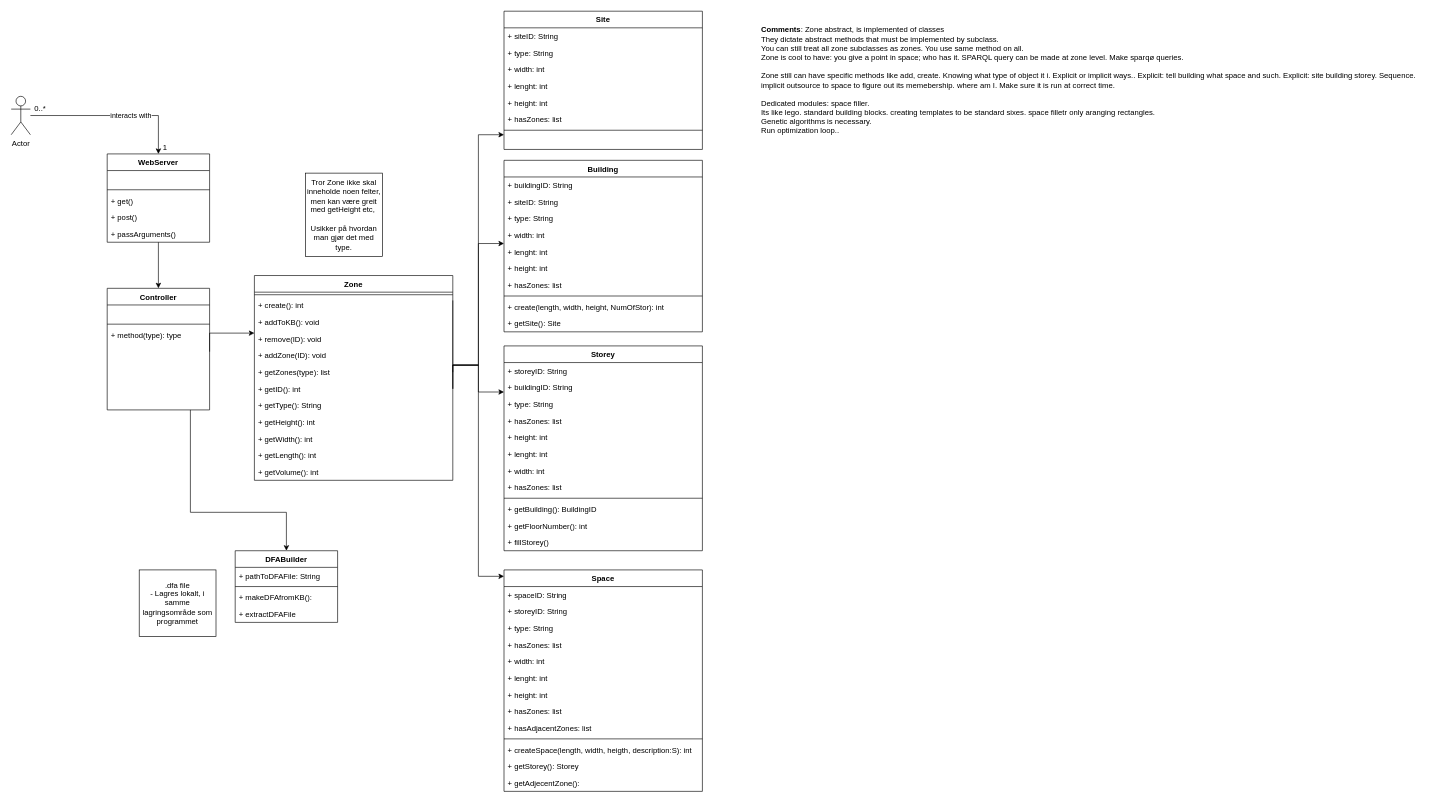
Before: page "Design Class Diagram" (7 of 9) of Diagrams/Diagrams.drawio in Hallvaeb/automation-p2-construction-knowledge-base, a draw.io diagram. Source tidied: cells renumbered, new cells numbered last; positions are measured from the earlier drawing's top-left corner, leaving out a move shared by most shapes. Both pictures are drawn from the tidied source at 64%, with x=0, y=0 at pixel (11, 11).
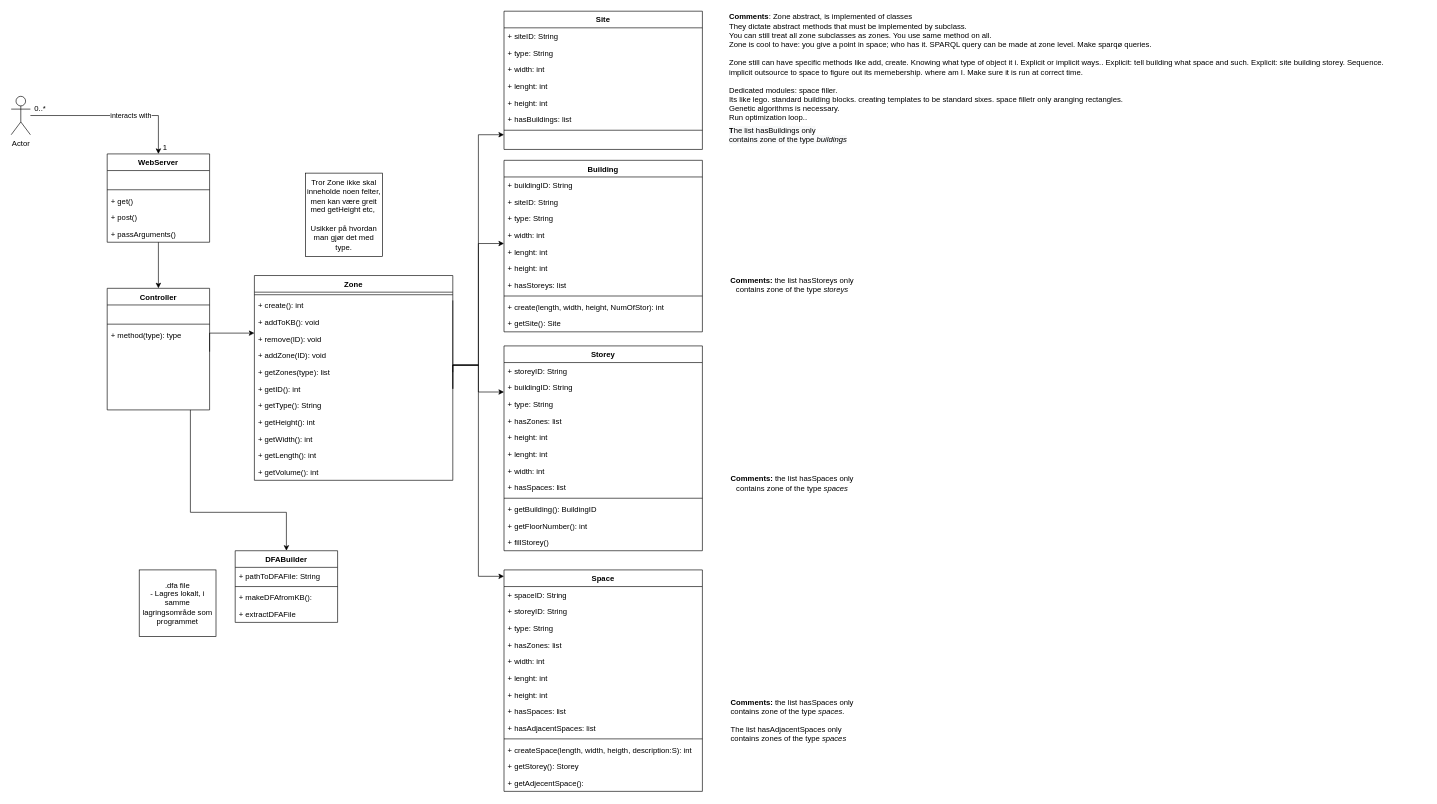
The same diagram, later.

The change refers to these unchanged cells:
```xml
<mxCell id="8" value="Building" style="swimlane;fontStyle=1;align=center;verticalAlign=top;horizontal=1;startSize=26;strokeColor=default;fillColor=default;" parent="1" vertex="1">
  <mxGeometry x="770" y="233" width="310" height="268" as="geometry" />
</mxCell>
<mxCell id="40" value="Site" style="swimlane;fontStyle=1;align=center;verticalAlign=top;horizontal=1;startSize=26;strokeColor=default;fillColor=default;" parent="1" vertex="1">
  <mxGeometry x="770" width="310" height="216" as="geometry" />
</mxCell>
<mxCell id="49" value="Storey" style="swimlane;fontStyle=1;align=center;verticalAlign=top;horizontal=1;startSize=26;strokeColor=default;fillColor=default;" parent="1" vertex="1">
  <mxGeometry x="770" y="523" width="310" height="320" as="geometry" />
</mxCell>
<mxCell id="62" value="Space" style="swimlane;fontStyle=1;align=center;verticalAlign=top;horizontal=1;startSize=26;strokeColor=default;fillColor=default;" parent="1" vertex="1">
  <mxGeometry x="770" y="873" width="310" height="346" as="geometry" />
</mxCell>
```

The edit, as a diff of the source:
```diff
@@
-    <mxCell id="15" value="+ hasZones: list" style="text;strokeColor=none;fillColor=none;align=left;verticalAlign=top;spacingLeft=4;spacingRight=4;overflow=hidden;" parent="8" vertex="1">
+    <mxCell id="15" value="+ hasStoreys: list" style="text;strokeColor=none;fillColor=none;align=left;verticalAlign=top;spacingLeft=4;spacingRight=4;overflow=hidden;" parent="8" vertex="1">
       <mxGeometry y="182" width="310" height="26" as="geometry" />
     </mxCell>
@@
-    <mxCell id="46" value="+ hasZones: list" style="text;strokeColor=none;fillColor=none;align=left;verticalAlign=top;spacingLeft=4;spacingRight=4;overflow=hidden;" parent="40" vertex="1">
+    <mxCell id="46" value="+ hasBuildings: list" style="text;strokeColor=none;fillColor=none;align=left;verticalAlign=top;spacingLeft=4;spacingRight=4;overflow=hidden;" parent="40" vertex="1">
       <mxGeometry y="156" width="310" height="26" as="geometry" />
     </mxCell>
@@
-    <mxCell id="57" value="+ hasZones: list" style="text;strokeColor=none;fillColor=none;align=left;verticalAlign=top;spacingLeft=4;spacingRight=4;overflow=hidden;" parent="49" vertex="1">
+    <mxCell id="57" value="+ hasSpaces: list" style="text;strokeColor=none;fillColor=none;align=left;verticalAlign=top;spacingLeft=4;spacingRight=4;overflow=hidden;" parent="49" vertex="1">
       <mxGeometry y="208" width="310" height="26" as="geometry" />
     </mxCell>
@@
-    <mxCell id="70" value="+ hasZones: list" style="text;strokeColor=none;fillColor=none;align=left;verticalAlign=top;spacingLeft=4;spacingRight=4;overflow=hidden;" parent="62" vertex="1">
+    <mxCell id="70" value="+ hasSpaces: list" style="text;strokeColor=none;fillColor=none;align=left;verticalAlign=top;spacingLeft=4;spacingRight=4;overflow=hidden;" parent="62" vertex="1">
       <mxGeometry y="208" width="310" height="26" as="geometry" />
     </mxCell>
-    <mxCell id="71" value="+ hasAdjacentZones: list" style="text;strokeColor=none;fillColor=none;align=left;verticalAlign=top;spacingLeft=4;spacingRight=4;overflow=hidden;" parent="62" vertex="1">
+    <mxCell id="71" value="+ hasAdjacentSpaces: list" style="text;strokeColor=none;fillColor=none;align=left;verticalAlign=top;spacingLeft=4;spacingRight=4;overflow=hidden;" parent="62" vertex="1">
       <mxGeometry y="234" width="310" height="26" as="geometry" />
     </mxCell>
@@
-    <mxCell id="75" value="+ getAdjecentZone():" style="text;strokeColor=none;fillColor=none;align=left;verticalAlign=top;spacingLeft=4;spacingRight=4;overflow=hidden;" parent="62" vertex="1">
+    <mxCell id="75" value="+ getAdjecentSpace():" style="text;strokeColor=none;fillColor=none;align=left;verticalAlign=top;spacingLeft=4;spacingRight=4;overflow=hidden;" parent="62" vertex="1">
       <mxGeometry y="320" width="310" height="26" as="geometry" />
     </mxCell>
     <mxCell id="76" value="&lt;b&gt;Comments&lt;/b&gt;: Zone abstract, is implemented of classes&lt;br&gt;They dictate abstract methods that must be implemented by subclass.&lt;br&gt;You can still treat all zone subclasses as zones. You use same method on all.&lt;br&gt;Zone is cool to have: you give a point in space; who has it. SPARQL query can be made at zone level. Make sparqø queries.&amp;nbsp;&lt;br&gt;&lt;br&gt;Zone still can have specific methods like add, create. Knowing what type of object it i. Explicit or implicit ways.. Explicit: tell building what space and such. Explicit: site building storey. Sequence.&lt;br&gt;implicit outsource to space to figure out its memebership. where am I. Make sure it is run at correct time.&lt;br&gt;&lt;br&gt;Dedicated modules: space filler.&lt;br&gt;Its like lego. standard building blocks. creating templates to be standard sixes. space filletr only aranging rectangles.&lt;br&gt;Genetic algorithms is necessary.&lt;br&gt;Run optimization loop.." style="text;html=1;align=left;verticalAlign=middle;strokeColor=none;fillColor=none;" parent="1" vertex="1">
-      <mxGeometry x="1170" y="23" width="1040" height="170" as="geometry" />
+      <mxGeometry x="1120" y="3" width="1040" height="170" as="geometry" />
     </mxCell>
@@
+    <mxCell id="99" value="&lt;b&gt;Comments:&lt;/b&gt;&amp;nbsp;the list hasStoreys only &lt;br&gt;contains zone of the type&amp;nbsp;&lt;i&gt;storeys&lt;/i&gt;" style="text;html=1;align=center;verticalAlign=middle;strokeColor=none;fillColor=none;" parent="1" vertex="1">
+      <mxGeometry x="1115" y="413" width="210" height="30" as="geometry" />
+    </mxCell>
+    <mxCell id="100" value="&lt;span style=&quot;color: rgb(0 , 0 , 0) ; font-family: &amp;#34;helvetica&amp;#34; ; font-size: 12px ; font-style: normal ; letter-spacing: normal ; text-align: center ; text-indent: 0px ; text-transform: none ; word-spacing: 0px ; background-color: rgb(248 , 249 , 250) ; display: inline ; float: none&quot;&gt;&lt;b&gt;T&lt;/b&gt;&lt;/span&gt;&lt;span style=&quot;color: rgb(0 , 0 , 0) ; font-family: &amp;#34;helvetica&amp;#34; ; font-size: 12px ; font-style: normal ; font-weight: 400 ; letter-spacing: normal ; text-align: center ; text-indent: 0px ; text-transform: none ; word-spacing: 0px ; background-color: rgb(248 , 249 , 250) ; display: inline ; float: none&quot;&gt;he list hasBuildings only&lt;/span&gt;&lt;br style=&quot;color: rgb(0 , 0 , 0) ; font-family: &amp;#34;helvetica&amp;#34; ; font-size: 12px ; font-style: normal ; font-weight: 400 ; letter-spacing: normal ; text-align: center ; text-indent: 0px ; text-transform: none ; word-spacing: 0px ; background-color: rgb(248 , 249 , 250)&quot;&gt;&lt;span style=&quot;color: rgb(0 , 0 , 0) ; font-family: &amp;#34;helvetica&amp;#34; ; font-size: 12px ; font-style: normal ; font-weight: 400 ; letter-spacing: normal ; text-align: center ; text-indent: 0px ; text-transform: none ; word-spacing: 0px ; background-color: rgb(248 , 249 , 250) ; display: inline ; float: none&quot;&gt;contains zone of the type&amp;nbsp;&lt;/span&gt;&lt;i style=&quot;color: rgb(0 , 0 , 0) ; font-family: &amp;#34;helvetica&amp;#34; ; font-size: 12px ; font-weight: 400 ; letter-spacing: normal ; text-align: center ; text-indent: 0px ; text-transform: none ; word-spacing: 0px ; background-color: rgb(248 , 249 , 250)&quot;&gt;buildings&lt;/i&gt;" style="text;whiteSpace=wrap;html=1;" parent="1" vertex="1">
+      <mxGeometry x="1120" y="173" width="230" height="40" as="geometry" />
+    </mxCell>
+    <mxCell id="101" value="&lt;b&gt;Comments:&lt;/b&gt;&amp;nbsp;the list hasSpaces only &lt;br&gt;contains zone of the type&amp;nbsp;&lt;i&gt;spaces&lt;/i&gt;" style="text;html=1;align=center;verticalAlign=middle;strokeColor=none;fillColor=none;" parent="1" vertex="1">
+      <mxGeometry x="1115" y="723" width="210" height="30" as="geometry" />
+    </mxCell>
+    <mxCell id="102" value="&lt;div style=&quot;text-align: left&quot;&gt;&lt;b&gt;Comments:&lt;/b&gt;&lt;span&gt;&amp;nbsp;the list hasSpaces only&lt;/span&gt;&lt;/div&gt;&lt;div style=&quot;text-align: left&quot;&gt;&lt;span&gt;contains zone of the type&amp;nbsp;&lt;/span&gt;&lt;i&gt;spaces.&lt;/i&gt;&lt;/div&gt;&lt;div style=&quot;text-align: left&quot;&gt;&lt;i&gt;&lt;br&gt;&lt;/i&gt;&lt;/div&gt;&lt;span&gt;&lt;div style=&quot;text-align: left&quot;&gt;&lt;span&gt;The list hasAdjacentSpaces only&lt;/span&gt;&lt;/div&gt;&lt;div style=&quot;text-align: left&quot;&gt;&lt;span&gt;contains zones of the type &lt;/span&gt;&lt;i&gt;spaces&lt;/i&gt;&lt;/div&gt;&lt;/span&gt;" style="text;html=1;align=center;verticalAlign=middle;strokeColor=none;fillColor=none;" parent="1" vertex="1">
+      <mxGeometry x="1115" y="1068" width="210" height="80" as="geometry" />
+    </mxCell>
```
